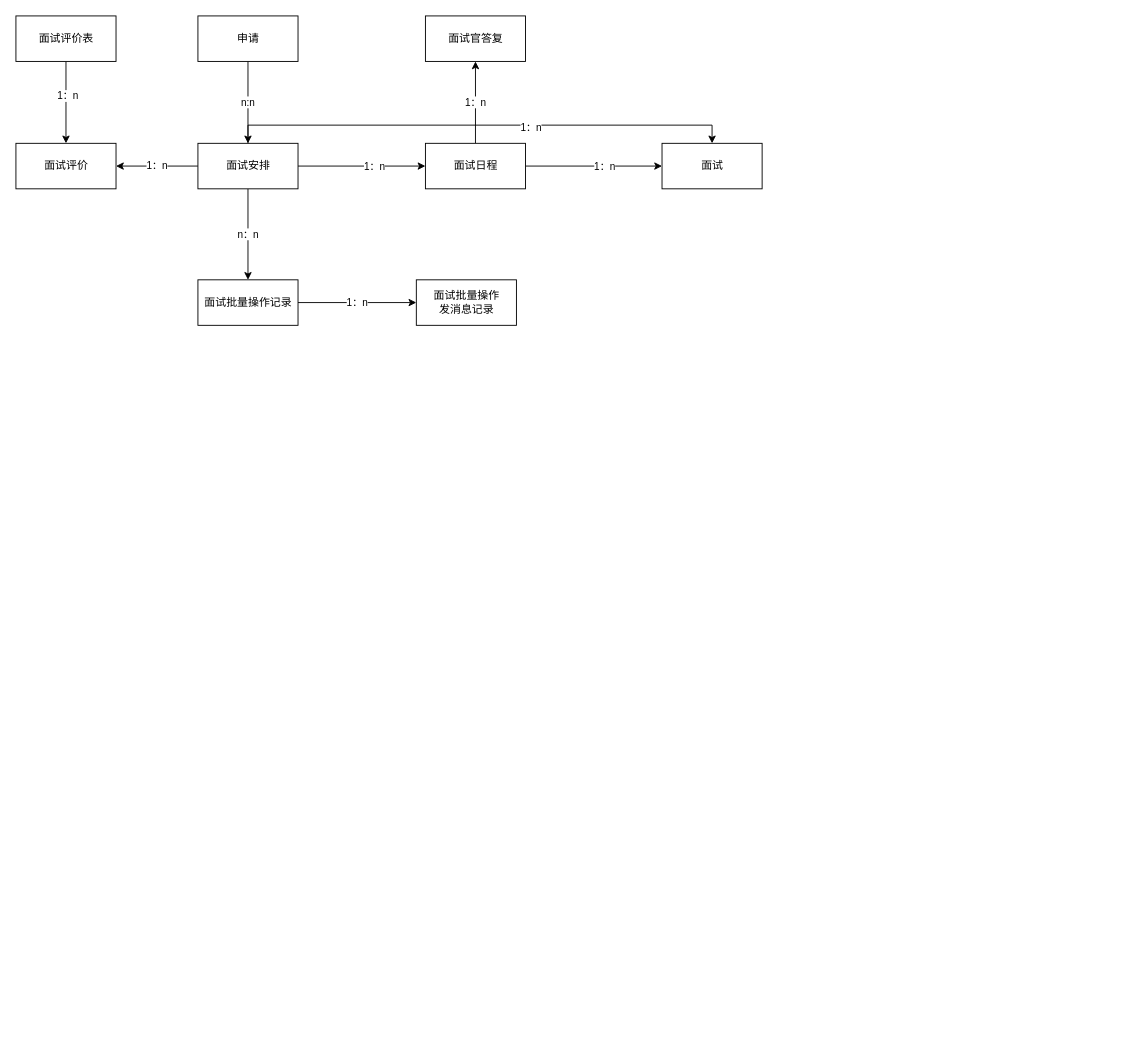
Before: page "Page-1" (1 of 2) of 渡江八期-对象关系.drawio in mozhu33/Diagrams, a draw.io diagram. Source tidied: cells renumbered, new cells numbered last; positions are measured from the earlier drawing's top-left corner, leaving out a move shared by most shapes. Both pictures are drawn from the tidied source at 91%, with x=0, y=0 at pixel (15, 15).
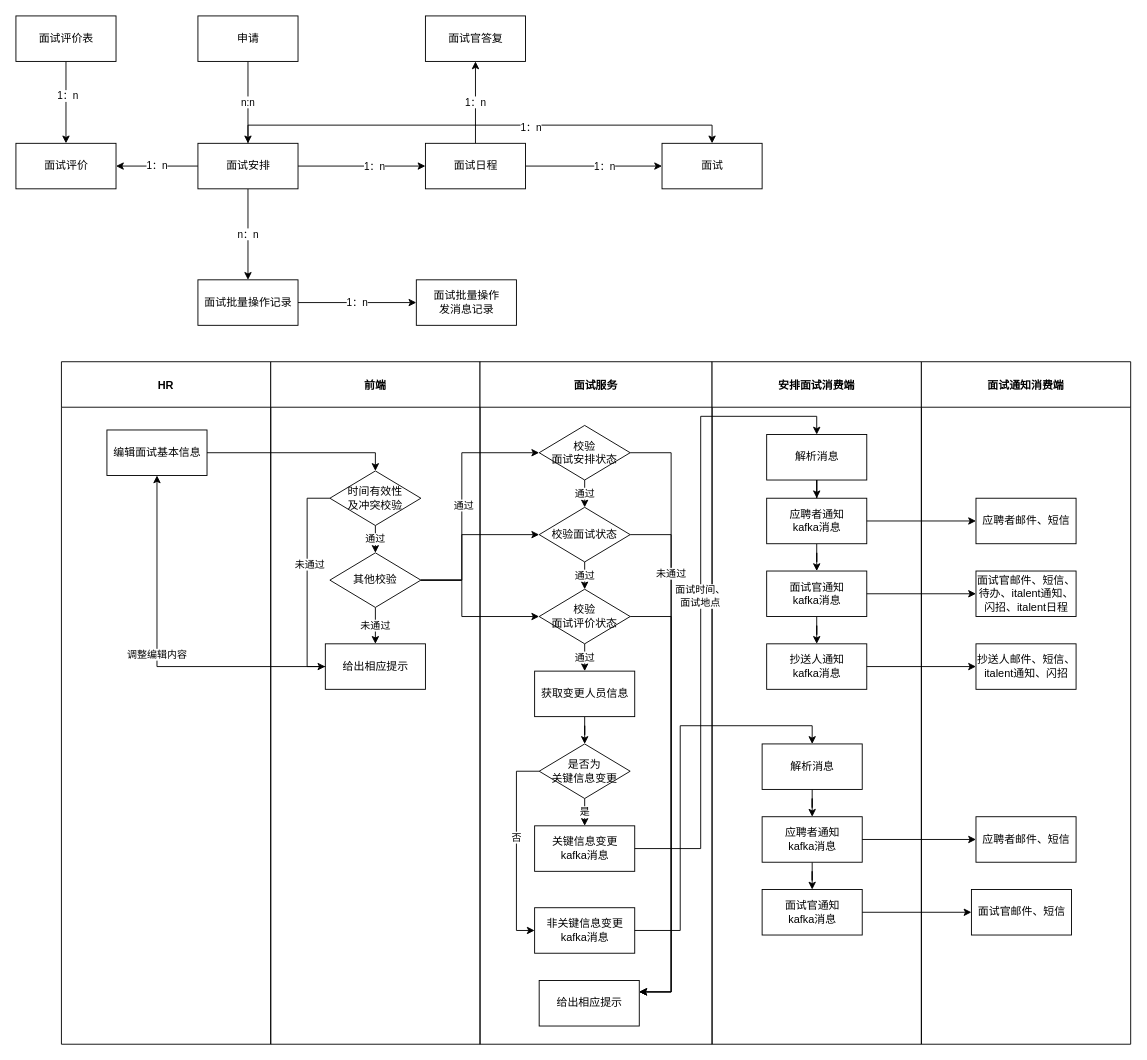
The same diagram, later.

Commit message:
Update 渡江八期-对象关系.drawio

Diff of the diagram source:
```diff
@@
+    <mxCell id="24" value="HR" style="swimlane;startSize=50;" parent="1" vertex="1">
+      <mxGeometry x="50" y="380" width="230" height="750" as="geometry" />
+    </mxCell>
+    <mxCell id="25" value="编辑面试基本信息" style="html=1;" parent="24" vertex="1">
+      <mxGeometry x="50" y="75" width="110" height="50" as="geometry" />
+    </mxCell>
+    <mxCell id="26" value="前端" style="swimlane;startSize=50;" parent="1" vertex="1">
+      <mxGeometry x="280" y="380" width="230" height="750" as="geometry" />
+    </mxCell>
+    <mxCell id="27" value="通过" style="edgeStyle=orthogonalEdgeStyle;rounded=0;jettySize=auto;html=1;" parent="26" edge="1" source="30" target="32">
+      <mxGeometry relative="1" as="geometry" />
+    </mxCell>
+    <mxCell id="28" style="edgeStyle=orthogonalEdgeStyle;rounded=0;jettySize=auto;html=1;entryX=0;entryY=0.5;entryDx=0;entryDy=0;" parent="26" edge="1" source="30" target="33">
+      <mxGeometry relative="1" as="geometry">
+        <Array as="points">
+          <mxPoint x="40" y="150" />
+          <mxPoint x="40" y="335" />
+        </Array>
+      </mxGeometry>
+    </mxCell>
+    <mxCell id="29" value="未通过" style="edgeLabel;html=1;align=center;verticalAlign=middle;" parent="28" vertex="1">
+      <mxGeometry x="-0.16" y="2" relative="1" as="geometry" />
+    </mxCell>
+    <mxCell id="30" value="时间有效性&lt;br&gt;及冲突校验" style="rhombus;whiteSpace=wrap;html=1;" parent="26" vertex="1">
+      <mxGeometry x="65" y="120" width="100" height="60" as="geometry" />
+    </mxCell>
+    <mxCell id="31" value="未通过" style="edgeStyle=orthogonalEdgeStyle;rounded=0;jettySize=auto;html=1;" parent="26" edge="1" source="32" target="33">
+      <mxGeometry relative="1" as="geometry" />
+    </mxCell>
+    <mxCell id="32" value="其他校验" style="rhombus;whiteSpace=wrap;html=1;" parent="26" vertex="1">
+      <mxGeometry x="65" y="210" width="100" height="60" as="geometry" />
+    </mxCell>
+    <mxCell id="33" value="给出相应提示" style="html=1;" parent="26" vertex="1">
+      <mxGeometry x="60" y="310" width="110" height="50" as="geometry" />
+    </mxCell>
+    <mxCell id="34" value="面试服务" style="swimlane;startSize=50;" parent="1" vertex="1">
+      <mxGeometry x="510" y="380" width="255" height="750" as="geometry" />
+    </mxCell>
+    <mxCell id="35" value="通过" style="edgeStyle=orthogonalEdgeStyle;rounded=0;jettySize=auto;html=1;" parent="34" edge="1" source="37" target="41">
+      <mxGeometry relative="1" as="geometry" />
+    </mxCell>
+    <mxCell id="36" style="edgeStyle=orthogonalEdgeStyle;rounded=0;jettySize=auto;html=1;entryX=1;entryY=0.25;entryDx=0;entryDy=0;" parent="34" edge="1" source="37" target="47">
+      <mxGeometry relative="1" as="geometry">
+        <Array as="points">
+          <mxPoint x="210" y="100" />
+          <mxPoint x="210" y="693" />
+        </Array>
+      </mxGeometry>
+    </mxCell>
+    <mxCell id="37" value="校验&lt;br&gt;面试安排状态" style="rhombus;whiteSpace=wrap;html=1;" parent="34" vertex="1">
+      <mxGeometry x="65" y="70" width="100" height="60" as="geometry" />
+    </mxCell>
+    <mxCell id="38" value="通过" style="edgeStyle=orthogonalEdgeStyle;rounded=0;jettySize=auto;html=1;" parent="34" edge="1" source="41" target="44">
+      <mxGeometry relative="1" as="geometry" />
+    </mxCell>
+    <mxCell id="39" style="edgeStyle=orthogonalEdgeStyle;rounded=0;jettySize=auto;html=1;entryX=1;entryY=0.25;entryDx=0;entryDy=0;" parent="34" edge="1" source="41" target="47">
+      <mxGeometry relative="1" as="geometry">
+        <Array as="points">
+          <mxPoint x="210" y="190" />
+          <mxPoint x="210" y="693" />
+        </Array>
+      </mxGeometry>
+    </mxCell>
+    <mxCell id="40" value="未通过" style="edgeLabel;html=1;align=center;verticalAlign=middle;" parent="39" vertex="1">
+      <mxGeometry x="-0.7" y="-1" relative="1" as="geometry" />
+    </mxCell>
+    <mxCell id="41" value="校验面试状态" style="rhombus;whiteSpace=wrap;html=1;" parent="34" vertex="1">
+      <mxGeometry x="65" y="160" width="100" height="60" as="geometry" />
+    </mxCell>
+    <mxCell id="42" value="通过" style="edgeStyle=orthogonalEdgeStyle;rounded=0;jettySize=auto;html=1;" parent="34" edge="1" source="44" target="46">
+      <mxGeometry relative="1" as="geometry" />
+    </mxCell>
+    <mxCell id="43" style="edgeStyle=orthogonalEdgeStyle;rounded=0;jettySize=auto;html=1;entryX=1;entryY=0.25;entryDx=0;entryDy=0;" parent="34" edge="1" source="44" target="47">
+      <mxGeometry relative="1" as="geometry">
+        <Array as="points">
+          <mxPoint x="210" y="280" />
+          <mxPoint x="210" y="693" />
+        </Array>
+      </mxGeometry>
+    </mxCell>
+    <mxCell id="44" value="校验&lt;br&gt;面试评价状态" style="rhombus;whiteSpace=wrap;html=1;" parent="34" vertex="1">
+      <mxGeometry x="65" y="250" width="100" height="60" as="geometry" />
+    </mxCell>
+    <mxCell id="45" style="edgeStyle=orthogonalEdgeStyle;rounded=0;jettySize=auto;html=1;" parent="34" edge="1" source="46" target="51">
+      <mxGeometry relative="1" as="geometry" />
+    </mxCell>
+    <mxCell id="46" value="获取变更人员信息" style="html=1;" parent="34" vertex="1">
+      <mxGeometry x="60" y="340" width="110" height="50" as="geometry" />
+    </mxCell>
+    <mxCell id="47" value="给出相应提示" style="html=1;" parent="34" vertex="1">
+      <mxGeometry x="65" y="680" width="110" height="50" as="geometry" />
+    </mxCell>
+    <mxCell id="48" value="是" style="edgeStyle=orthogonalEdgeStyle;rounded=0;jettySize=auto;html=1;" parent="34" edge="1" source="51" target="52">
+      <mxGeometry relative="1" as="geometry" />
+    </mxCell>
+    <mxCell id="49" style="edgeStyle=orthogonalEdgeStyle;rounded=0;jettySize=auto;html=1;entryX=0;entryY=0.5;entryDx=0;entryDy=0;" parent="34" edge="1" source="51" target="53">
+      <mxGeometry relative="1" as="geometry">
+        <Array as="points">
+          <mxPoint x="40" y="450" />
+          <mxPoint x="40" y="625" />
+        </Array>
+      </mxGeometry>
+    </mxCell>
+    <mxCell id="50" value="否" style="edgeLabel;html=1;align=center;verticalAlign=middle;" parent="49" vertex="1">
+      <mxGeometry x="-0.12" y="-1" relative="1" as="geometry" />
+    </mxCell>
+    <mxCell id="51" value="是否为&lt;br&gt;关键信息变更" style="rhombus;whiteSpace=wrap;html=1;" parent="34" vertex="1">
+      <mxGeometry x="65" y="420" width="100" height="60" as="geometry" />
+    </mxCell>
+    <mxCell id="52" value="关键信息变更&lt;br&gt;kafka消息" style="html=1;" parent="34" vertex="1">
+      <mxGeometry x="60" y="510" width="110" height="50" as="geometry" />
+    </mxCell>
+    <mxCell id="53" value="非关键信息变更&lt;br&gt;kafka消息" style="html=1;" parent="34" vertex="1">
+      <mxGeometry x="60" y="600" width="110" height="50" as="geometry" />
+    </mxCell>
+    <mxCell id="54" value="安排面试消费端" style="swimlane;startSize=50;" parent="1" vertex="1">
+      <mxGeometry x="765" y="380" width="230" height="750" as="geometry" />
+    </mxCell>
+    <mxCell id="55" style="edgeStyle=orthogonalEdgeStyle;rounded=0;jettySize=auto;html=1;" parent="54" edge="1" source="56" target="58">
+      <mxGeometry relative="1" as="geometry" />
+    </mxCell>
+    <mxCell id="56" value="解析消息" style="html=1;" parent="54" vertex="1">
+      <mxGeometry x="60" y="80" width="110" height="50" as="geometry" />
+    </mxCell>
+    <mxCell id="57" style="edgeStyle=orthogonalEdgeStyle;rounded=0;jettySize=auto;html=1;" parent="54" edge="1" source="58" target="60">
+      <mxGeometry relative="1" as="geometry" />
+    </mxCell>
+    <mxCell id="58" value="应聘者通知&lt;br&gt;kafka消息" style="html=1;" parent="54" vertex="1">
+      <mxGeometry x="60" y="150" width="110" height="50" as="geometry" />
+    </mxCell>
+    <mxCell id="59" style="edgeStyle=orthogonalEdgeStyle;rounded=0;jettySize=auto;html=1;" parent="54" edge="1" source="60" target="61">
+      <mxGeometry relative="1" as="geometry" />
+    </mxCell>
+    <mxCell id="60" value="面试官通知&lt;br&gt;kafka消息" style="html=1;" parent="54" vertex="1">
+      <mxGeometry x="60" y="230" width="110" height="50" as="geometry" />
+    </mxCell>
+    <mxCell id="61" value="抄送人通知&lt;br&gt;kafka消息" style="html=1;" parent="54" vertex="1">
+      <mxGeometry x="60" y="310" width="110" height="50" as="geometry" />
+    </mxCell>
+    <mxCell id="62" style="edgeStyle=orthogonalEdgeStyle;rounded=0;jettySize=auto;html=1;" parent="54" edge="1" source="63" target="65">
+      <mxGeometry relative="1" as="geometry" />
+    </mxCell>
+    <mxCell id="63" value="解析消息" style="html=1;" parent="54" vertex="1">
+      <mxGeometry x="55" y="420" width="110" height="50" as="geometry" />
+    </mxCell>
+    <mxCell id="64" style="edgeStyle=orthogonalEdgeStyle;rounded=0;jettySize=auto;html=1;" parent="54" edge="1" source="65" target="66">
+      <mxGeometry relative="1" as="geometry" />
+    </mxCell>
+    <mxCell id="65" value="应聘者通知&lt;br&gt;kafka消息" style="html=1;" parent="54" vertex="1">
+      <mxGeometry x="55" y="500" width="110" height="50" as="geometry" />
+    </mxCell>
+    <mxCell id="66" value="面试官通知&lt;br&gt;kafka消息" style="html=1;" parent="54" vertex="1">
+      <mxGeometry x="55" y="580" width="110" height="50" as="geometry" />
+    </mxCell>
+    <mxCell id="67" value="面试通知消费端" style="swimlane;startSize=50;" parent="1" vertex="1">
+      <mxGeometry x="995" y="380" width="230" height="750" as="geometry" />
+    </mxCell>
+    <mxCell id="68" value="应聘者邮件、短信" style="html=1;" parent="67" vertex="1">
+      <mxGeometry x="60" y="150" width="110" height="50" as="geometry" />
+    </mxCell>
+    <mxCell id="69" value="面试官邮件、短信、&lt;br&gt;待办、italent通知、&lt;br&gt;闪招、italent日程&lt;br&gt;" style="html=1;" parent="67" vertex="1">
+      <mxGeometry x="60" y="230" width="110" height="50" as="geometry" />
+    </mxCell>
+    <mxCell id="70" value="抄送人邮件、短信、&lt;br&gt;italent通知、闪招" style="html=1;" parent="67" vertex="1">
+      <mxGeometry x="60" y="310" width="110" height="50" as="geometry" />
+    </mxCell>
+    <mxCell id="71" value="应聘者邮件、短信" style="html=1;" parent="67" vertex="1">
+      <mxGeometry x="60" y="500" width="110" height="50" as="geometry" />
+    </mxCell>
+    <mxCell id="72" value="面试官邮件、短信" style="html=1;" parent="67" vertex="1">
+      <mxGeometry x="55" y="580" width="110" height="50" as="geometry" />
+    </mxCell>
+    <mxCell id="73" style="edgeStyle=orthogonalEdgeStyle;rounded=0;jettySize=auto;html=1;entryX=0.5;entryY=0;entryDx=0;entryDy=0;" parent="1" edge="1" source="25" target="30">
+      <mxGeometry relative="1" as="geometry" />
+    </mxCell>
+    <mxCell id="74" value="调整编辑内容" style="edgeStyle=orthogonalEdgeStyle;rounded=0;jettySize=auto;html=1;" parent="1" edge="1" source="33" target="25">
+      <mxGeometry relative="1" as="geometry" />
+    </mxCell>
+    <mxCell id="75" style="edgeStyle=orthogonalEdgeStyle;rounded=0;jettySize=auto;html=1;entryX=0;entryY=0.5;entryDx=0;entryDy=0;" parent="1" edge="1" source="32" target="37">
+      <mxGeometry relative="1" as="geometry">
+        <Array as="points">
+          <mxPoint x="490" y="620" />
+          <mxPoint x="490" y="480" />
+        </Array>
+      </mxGeometry>
+    </mxCell>
+    <mxCell id="76" value="通过" style="edgeLabel;html=1;align=center;verticalAlign=middle;" parent="75" vertex="1">
+      <mxGeometry x="-0.05" y="-1" relative="1" as="geometry" />
+    </mxCell>
+    <mxCell id="77" style="edgeStyle=orthogonalEdgeStyle;rounded=0;jettySize=auto;html=1;entryX=0;entryY=0.5;entryDx=0;entryDy=0;" parent="1" edge="1" source="32" target="41">
+      <mxGeometry relative="1" as="geometry">
+        <Array as="points">
+          <mxPoint x="490" y="620" />
+          <mxPoint x="490" y="570" />
+        </Array>
+      </mxGeometry>
+    </mxCell>
+    <mxCell id="78" style="edgeStyle=orthogonalEdgeStyle;rounded=0;jettySize=auto;html=1;" parent="1" edge="1" source="32" target="44">
+      <mxGeometry relative="1" as="geometry">
+        <Array as="points">
+          <mxPoint x="490" y="620" />
+          <mxPoint x="490" y="660" />
+        </Array>
+      </mxGeometry>
+    </mxCell>
+    <mxCell id="79" style="edgeStyle=orthogonalEdgeStyle;rounded=0;jettySize=auto;html=1;entryX=0.5;entryY=0;entryDx=0;entryDy=0;" parent="1" edge="1" source="52" target="56">
+      <mxGeometry relative="1" as="geometry" />
+    </mxCell>
+    <mxCell id="80" value="面试时间、&lt;br&gt;面试地点" style="edgeLabel;html=1;align=center;verticalAlign=middle;" parent="79" vertex="1">
+      <mxGeometry x="0.01" y="1" relative="1" as="geometry">
+        <mxPoint y="1" as="offset" />
+      </mxGeometry>
+    </mxCell>
+    <mxCell id="81" style="edgeStyle=orthogonalEdgeStyle;rounded=0;jettySize=auto;html=1;entryX=0.5;entryY=0;entryDx=0;entryDy=0;" parent="1" edge="1" source="53" target="63">
+      <mxGeometry relative="1" as="geometry">
+        <Array as="points">
+          <mxPoint x="730" y="1005" />
+          <mxPoint x="730" y="780" />
+          <mxPoint x="875" y="780" />
+        </Array>
+      </mxGeometry>
+    </mxCell>
+    <mxCell id="82" style="edgeStyle=orthogonalEdgeStyle;rounded=0;jettySize=auto;html=1;" parent="1" edge="1" source="58" target="68">
+      <mxGeometry relative="1" as="geometry" />
+    </mxCell>
+    <mxCell id="83" style="edgeStyle=orthogonalEdgeStyle;rounded=0;jettySize=auto;html=1;entryX=0;entryY=0.5;entryDx=0;entryDy=0;" parent="1" edge="1" source="60" target="69">
+      <mxGeometry relative="1" as="geometry" />
+    </mxCell>
+    <mxCell id="84" style="edgeStyle=orthogonalEdgeStyle;rounded=0;jettySize=auto;html=1;entryX=0;entryY=0.5;entryDx=0;entryDy=0;" parent="1" edge="1" source="61" target="70">
+      <mxGeometry relative="1" as="geometry" />
+    </mxCell>
+    <mxCell id="85" style="edgeStyle=orthogonalEdgeStyle;rounded=0;jettySize=auto;html=1;" parent="1" edge="1" source="65" target="71">
+      <mxGeometry relative="1" as="geometry" />
+    </mxCell>
+    <mxCell id="86" style="edgeStyle=orthogonalEdgeStyle;rounded=0;jettySize=auto;html=1;entryX=0;entryY=0.5;entryDx=0;entryDy=0;" parent="1" edge="1" source="66" target="72">
+      <mxGeometry relative="1" as="geometry" />
+    </mxCell>
```
